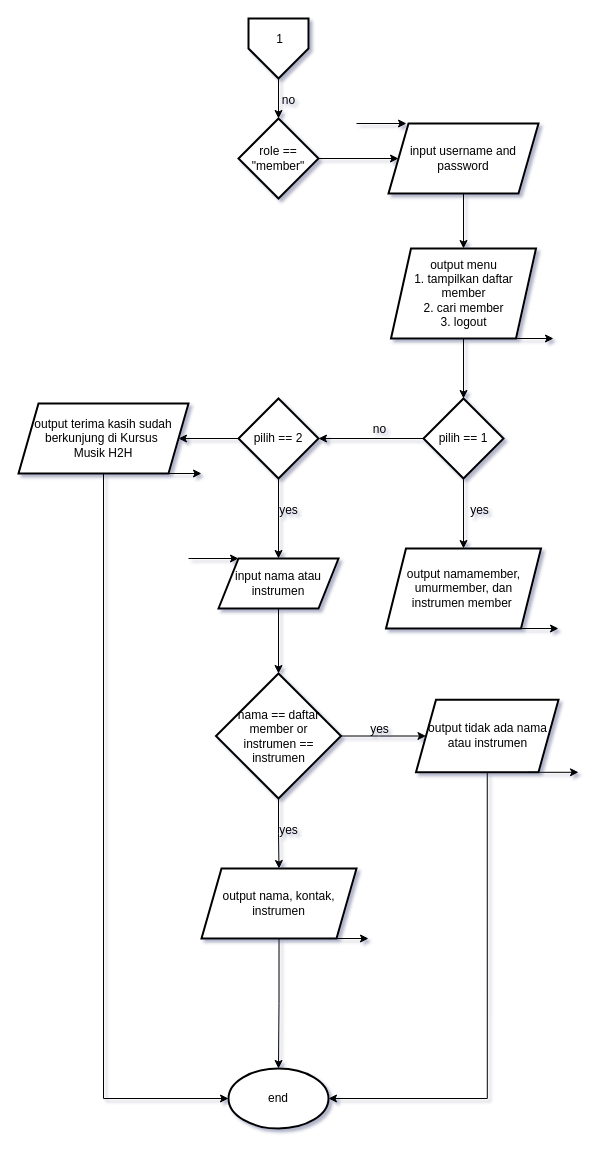
This is page "part 2" (2 of 2) of Post-test/Post-test-apd-5/2509106078-Annisa-Nur-Raidah-PT-5.drawio from AnnisaNurRaidah/praktikum-apd, a draw.io file, before an edit. Source tidied: cells renumbered, new cells numbered last; positions are measured from the earlier drawing's top-left corner, leaving out a move shared by most shapes. Both pictures are drawn from the tidied source at 100%, with x=0, y=0 at pixel (18, 18).
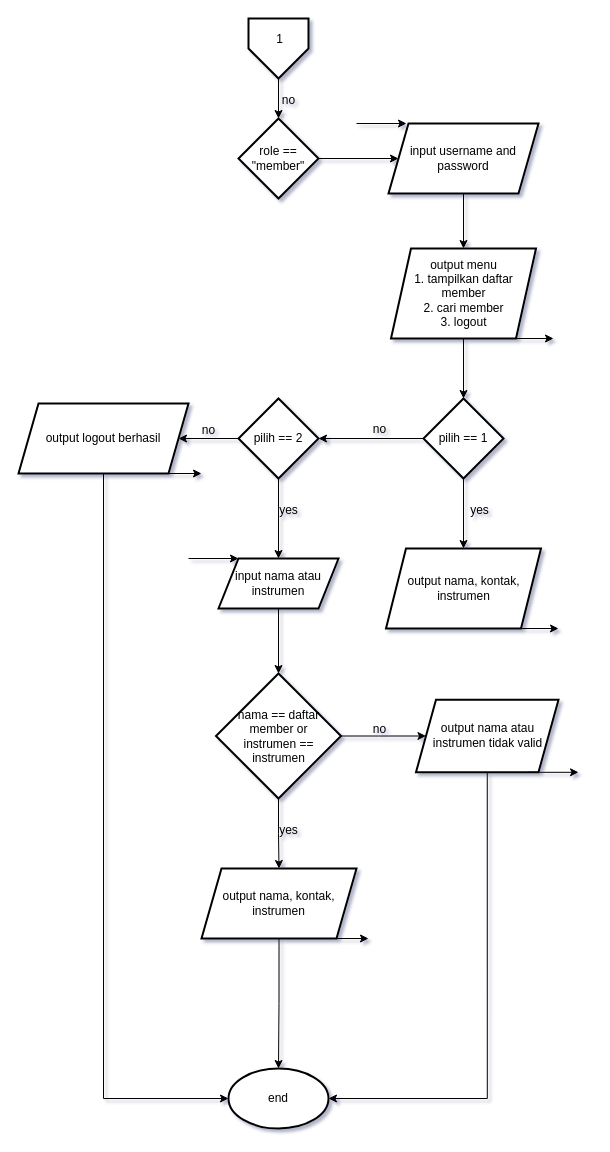
Above is the later version.

What changed in the source:
```diff
@@
-    <mxCell id="13" value="output namamember, umurmember, dan instrumen member&amp;nbsp;" style="shape=parallelogram;perimeter=parallelogramPerimeter;whiteSpace=wrap;html=1;fixedSize=1;fillColor=light-dark(#FFFFFF,#FFFFFF);strokeColor=light-dark(#000000,#000000);fontColor=light-dark(#000000,#000000);strokeWidth=2;" parent="1" vertex="1">
+    <mxCell id="13" value="output nama, kontak, instrumen" style="shape=parallelogram;perimeter=parallelogramPerimeter;whiteSpace=wrap;html=1;fixedSize=1;fillColor=light-dark(#FFFFFF,#FFFFFF);strokeColor=light-dark(#000000,#000000);fontColor=light-dark(#000000,#000000);strokeWidth=2;" parent="1" vertex="1">
       <mxGeometry x="367.5" y="530" width="155" height="80" as="geometry" />
     </mxCell>
@@
-    <mxCell id="23" value="output tidak ada nama atau instrumen" style="shape=parallelogram;perimeter=parallelogramPerimeter;whiteSpace=wrap;html=1;fixedSize=1;fillColor=light-dark(#FFFFFF,#FFFFFF);strokeColor=light-dark(#000000,#000000);fontColor=light-dark(#000000,#000000);strokeWidth=2;" parent="1" vertex="1">
+    <mxCell id="23" value="output nama atau instrumen tidak valid" style="shape=parallelogram;perimeter=parallelogramPerimeter;whiteSpace=wrap;html=1;fixedSize=1;fillColor=light-dark(#FFFFFF,#FFFFFF);strokeColor=light-dark(#000000,#000000);fontColor=light-dark(#000000,#000000);strokeWidth=2;" parent="1" vertex="1">
       <mxGeometry x="397.5" y="681.2" width="142.5" height="72.5" as="geometry" />
     </mxCell>
@@
-    <mxCell id="27" value="output terima kasih sudah berkunjung di Kursus&amp;nbsp;&lt;div&gt;Musik H2H&lt;/div&gt;" style="shape=parallelogram;perimeter=parallelogramPerimeter;whiteSpace=wrap;html=1;fixedSize=1;fillColor=light-dark(#FFFFFF,#FFFFFF);strokeColor=light-dark(#000000,#000000);fontColor=light-dark(#000000,#000000);strokeWidth=2;" parent="1" vertex="1">
+    <mxCell id="27" value="output logout berhasil" style="shape=parallelogram;perimeter=parallelogramPerimeter;whiteSpace=wrap;html=1;fixedSize=1;fillColor=light-dark(#FFFFFF,#FFFFFF);strokeColor=light-dark(#000000,#000000);fontColor=light-dark(#000000,#000000);strokeWidth=2;" parent="1" vertex="1">
       <mxGeometry y="385" width="170" height="70" as="geometry" />
     </mxCell>
@@
-    <mxCell id="35" value="yes" style="edgeLabel;align=center;verticalAlign=middle;strokeColor=light-dark(#000000,#000000);strokeWidth=2;fontFamily=Helvetica;fontSize=12;fontColor=light-dark(#000000,#000000);fillColor=light-dark(#FFFFFF,#FFFFFF);labelBackgroundColor=none;textShadow=0;" parent="1" vertex="1">
+    <mxCell id="35" value="no" style="edgeLabel;align=center;verticalAlign=middle;strokeColor=light-dark(#000000,#000000);strokeWidth=2;fontFamily=Helvetica;fontSize=12;fontColor=light-dark(#000000,#000000);fillColor=light-dark(#FFFFFF,#FFFFFF);labelBackgroundColor=none;textShadow=0;" parent="1" vertex="1">
       <mxGeometry x="360" y="710" as="geometry">
         <mxPoint x="1" y="-1" as="offset" />
       </mxGeometry>
     </mxCell>
@@
+    <mxCell id="43" value="no" style="edgeLabel;align=center;verticalAlign=middle;strokeColor=light-dark(#000000,#000000);strokeWidth=2;fontFamily=Helvetica;fontSize=12;fontColor=light-dark(#000000,#000000);fillColor=light-dark(#FFFFFF,#FFFFFF);labelBackgroundColor=none;textShadow=0;" parent="1" vertex="1">
+      <mxGeometry x="189" y="411" as="geometry">
+        <mxPoint x="1" y="-1" as="offset" />
+      </mxGeometry>
+    </mxCell>
```
